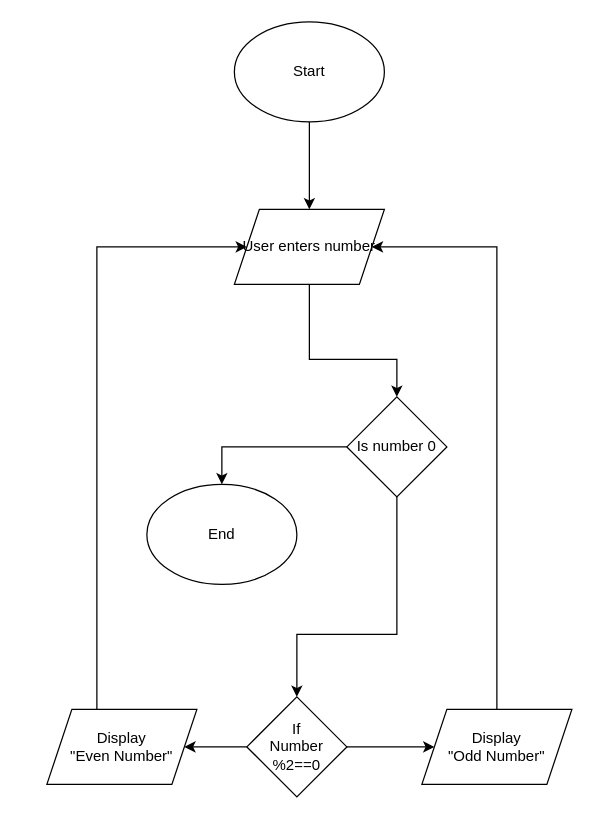
RisingSatalite/SmallWorkFlows keeps this draw.io diagram as IsOddEvenAppWorkFlow.drawio. Above is the earlier version. Source tidied: cells renumbered, new cells numbered last; positions are measured from the earlier drawing's top-left corner, leaving out a move shared by most shapes. Both pictures are drawn from the tidied source at 125%, with x=0, y=0 at pixel (46, 21).
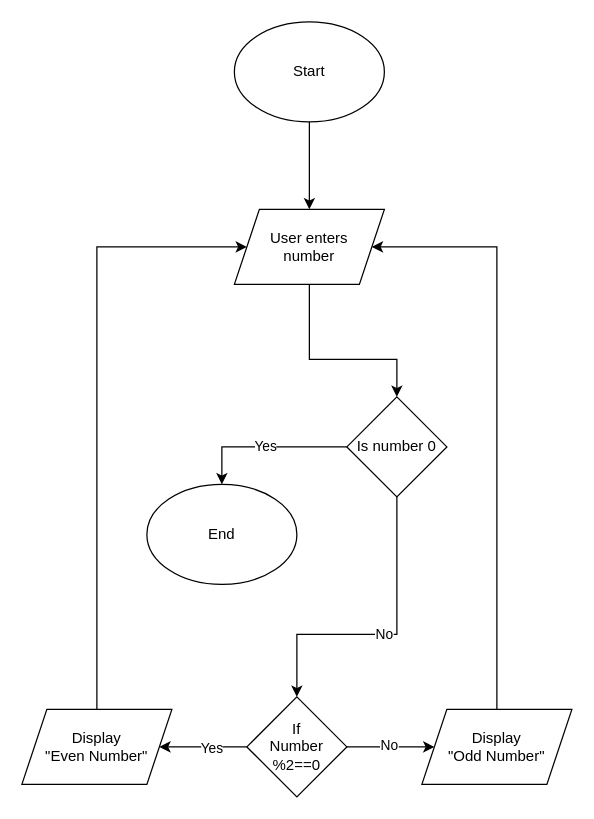
The same diagram, later.

Unchanged cells that the change refers to:
```xml
<mxCell id="4" value="End" style="ellipse;whiteSpace=wrap;html=1;" parent="1" vertex="1">
  <mxGeometry x="80" y="370" width="120" height="80" as="geometry" />
</mxCell>
<mxCell id="8" style="edgeStyle=orthogonalEdgeStyle;rounded=0;jettySize=auto;html=1;" parent="1" edge="1" source="9" target="11">
  <mxGeometry relative="1" as="geometry" />
</mxCell>
<mxCell id="9" value="If&lt;div&gt;Number %2==0&lt;/div&gt;" style="rhombus;whiteSpace=wrap;html=1;" parent="1" vertex="1">
  <mxGeometry x="160" y="540" width="80" height="80" as="geometry" />
</mxCell>
<mxCell id="13" value="Display&lt;div&gt;&quot;Odd Number&quot;&lt;/div&gt;" style="shape=parallelogram;perimeter=parallelogramPerimeter;whiteSpace=wrap;html=1;fixedSize=1;" parent="1" vertex="1">
  <mxGeometry x="300" y="550" width="120" height="60" as="geometry" />
</mxCell>
<mxCell id="16" value="Is number 0" style="rhombus;whiteSpace=wrap;html=1;" parent="1" vertex="1">
  <mxGeometry x="240" y="300" width="80" height="80" as="geometry" />
</mxCell>
```

The edit, as a diff of the source:
```diff
@@
-    <mxCell id="6" value="User enters number" style="shape=parallelogram;perimeter=parallelogramPerimeter;whiteSpace=wrap;html=1;fixedSize=1;" parent="1" vertex="1">
+    <mxCell id="6" value="User enters&lt;div&gt;number&lt;/div&gt;" style="shape=parallelogram;perimeter=parallelogramPerimeter;whiteSpace=wrap;html=1;fixedSize=1;" parent="1" vertex="1">
       <mxGeometry x="150" y="150" width="120" height="60" as="geometry" />
     </mxCell>
-    <mxCell id="7" style="edgeStyle=orthogonalEdgeStyle;rounded=0;jettySize=auto;html=1;" parent="1" edge="1" source="9" target="13">
+    <mxCell id="7" style="edgeStyle=orthogonalEdgeStyle;rounded=0;jettySize=auto;html=1;entryX=0;entryY=0.5;entryDx=0;entryDy=0;" parent="1" edge="1" source="9" target="13">
       <mxGeometry relative="1" as="geometry" />
     </mxCell>
+    <mxCell id="17" value="No" style="edgeLabel;html=1;align=center;verticalAlign=middle;" parent="7" vertex="1">
+      <mxGeometry x="-0.07" y="2" relative="1" as="geometry" />
+    </mxCell>
@@
+    <mxCell id="18" value="Yes" style="edgeLabel;html=1;align=center;verticalAlign=middle;" parent="8" vertex="1">
+      <mxGeometry x="-0.16" relative="1" as="geometry" />
+    </mxCell>
@@
-    <mxCell id="10" style="edgeStyle=orthogonalEdgeStyle;rounded=0;jettySize=auto;html=1;entryX=0;entryY=0.5;entryDx=0;entryDy=0;" parent="1" edge="1" source="11" target="6">
+    <mxCell id="10" style="edgeStyle=orthogonalEdgeStyle;rounded=0;jettySize=auto;html=1;entryX=0;entryY=0.5;entryDx=0;entryDy=0;exitX=0.5;exitY=0;exitDx=0;exitDy=0;" parent="1" edge="1" source="11" target="6">
       <mxGeometry relative="1" as="geometry">
         <Array as="points">
           <mxPoint x="40" y="180" />
         </Array>
       </mxGeometry>
     </mxCell>
     <mxCell id="11" value="Display&lt;div&gt;&quot;Even Number&quot;&lt;/div&gt;" style="shape=parallelogram;perimeter=parallelogramPerimeter;whiteSpace=wrap;html=1;fixedSize=1;" parent="1" vertex="1">
-      <mxGeometry y="550" width="120" height="60" as="geometry" />
+      <mxGeometry x="-20" y="550" width="120" height="60" as="geometry" />
     </mxCell>
@@
-    <mxCell id="14" style="edgeStyle=orthogonalEdgeStyle;rounded=0;jettySize=auto;html=1;entryX=0.5;entryY=0;entryDx=0;entryDy=0;" parent="1" edge="1" source="16" target="9">
+    <mxCell id="14" value="No" style="edgeStyle=orthogonalEdgeStyle;rounded=0;jettySize=auto;html=1;entryX=0.5;entryY=0;entryDx=0;entryDy=0;" parent="1" edge="1" source="16" target="9">
       <mxGeometry relative="1" as="geometry">
         <Array as="points">
           <mxPoint x="280" y="490" />
           <mxPoint x="200" y="490" />
         </Array>
       </mxGeometry>
     </mxCell>
-    <mxCell id="15" style="edgeStyle=orthogonalEdgeStyle;rounded=0;jettySize=auto;html=1;entryX=0.5;entryY=0;entryDx=0;entryDy=0;" parent="1" edge="1" source="16" target="4">
+    <mxCell id="15" value="Yes" style="edgeStyle=orthogonalEdgeStyle;rounded=0;jettySize=auto;html=1;entryX=0.5;entryY=0;entryDx=0;entryDy=0;" parent="1" edge="1" source="16" target="4">
       <mxGeometry relative="1" as="geometry" />
     </mxCell>
```
